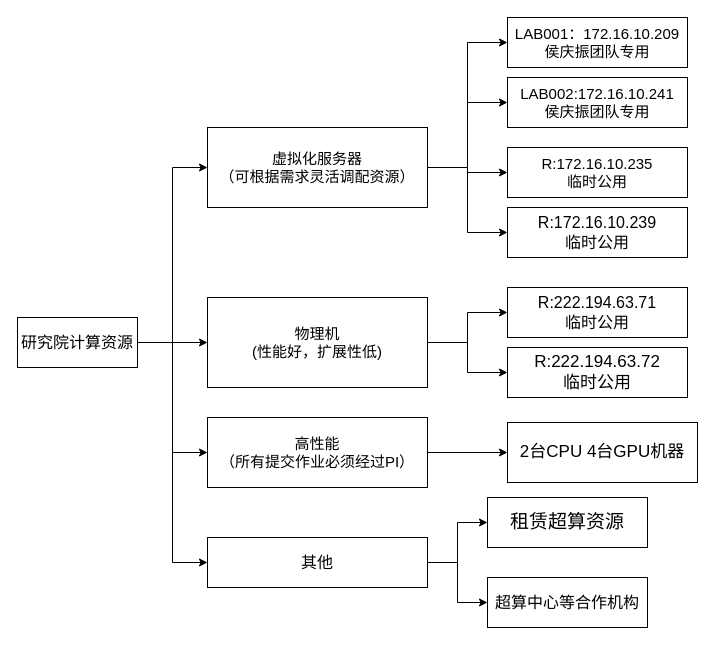
xinglongMedical/drawio keeps this draw.io diagram as 计算资源2021-01-11.drawio. Above is the earlier version. Source tidied: cells renumbered, new cells numbered last; positions are measured from the earlier drawing's top-left corner, leaving out a move shared by most shapes. Both pictures are drawn from the tidied source at 100%, with x=0, y=0 at pixel (17, 17).
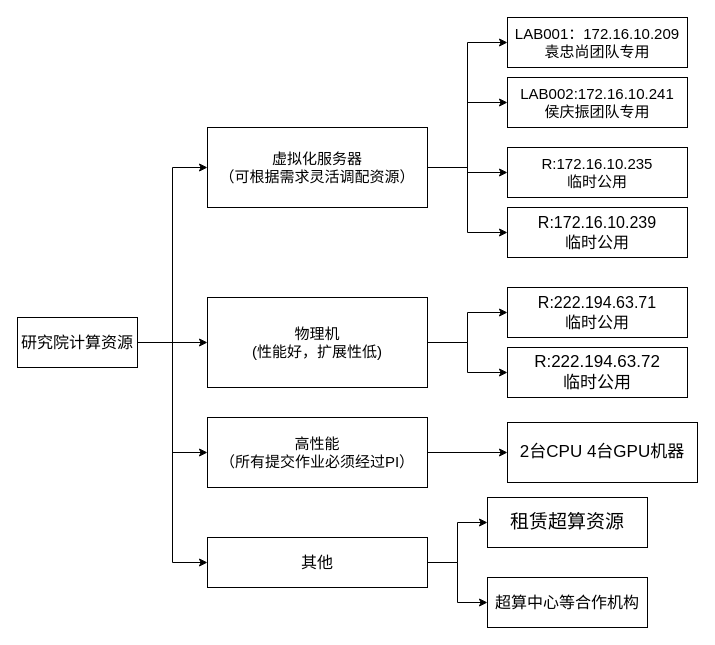
The same page after the edit.

Diff of the diagram source:
```diff
@@
-    <mxCell id="21" value="LAB001：172.16.10.209&lt;br style=&quot;font-size: 15px&quot;&gt;侯庆振团队专用" style="rounded=0;whiteSpace=wrap;html=1;fontStyle=0;fontFamily=Helvetica;fontSize=15;" parent="1" vertex="1">
+    <mxCell id="21" value="LAB001：172.16.10.209&lt;br style=&quot;font-size: 15px&quot;&gt;袁忠尚团队专用" style="rounded=0;whiteSpace=wrap;html=1;fontStyle=0;fontFamily=Helvetica;fontSize=15;" parent="1" vertex="1">
       <mxGeometry x="490" width="180" height="50" as="geometry" />
     </mxCell>
```
